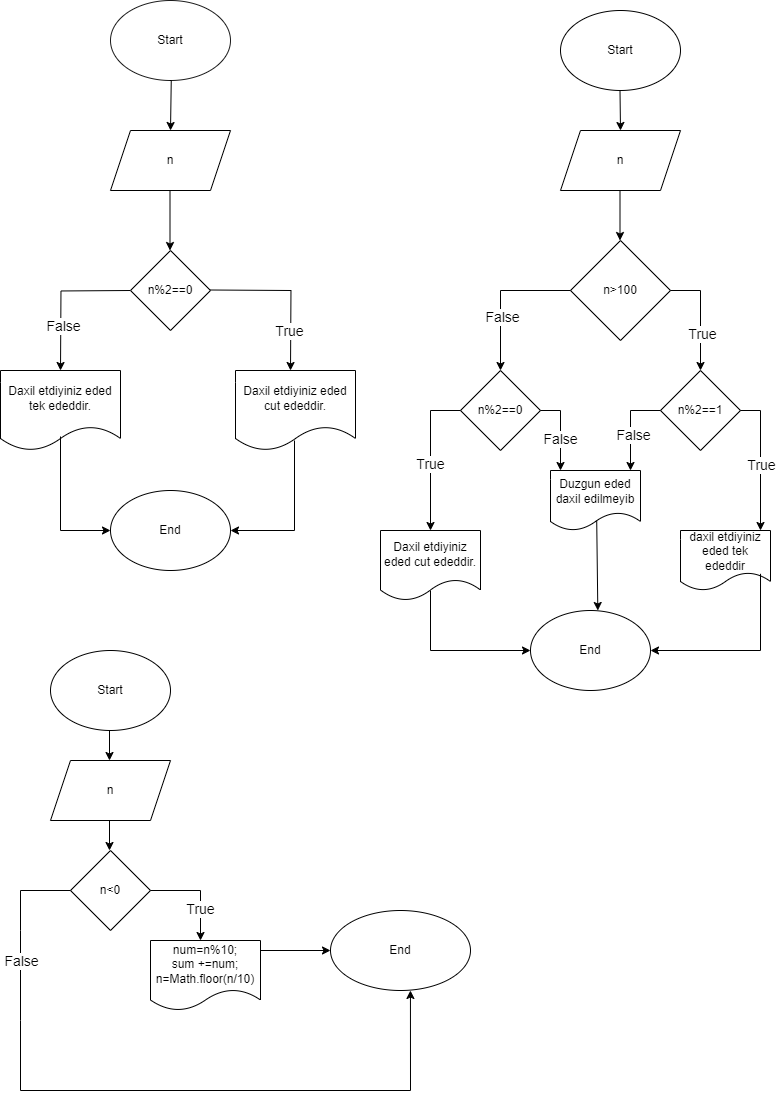
The draw.io diagram Untitled Diagram.drawio.png in s-haydarzada/Task02, before a commit. Source tidied: cells renumbered, new cells last; positions are measured from the earlier drawing's top-left corner, leaving out a move shared by most shapes.
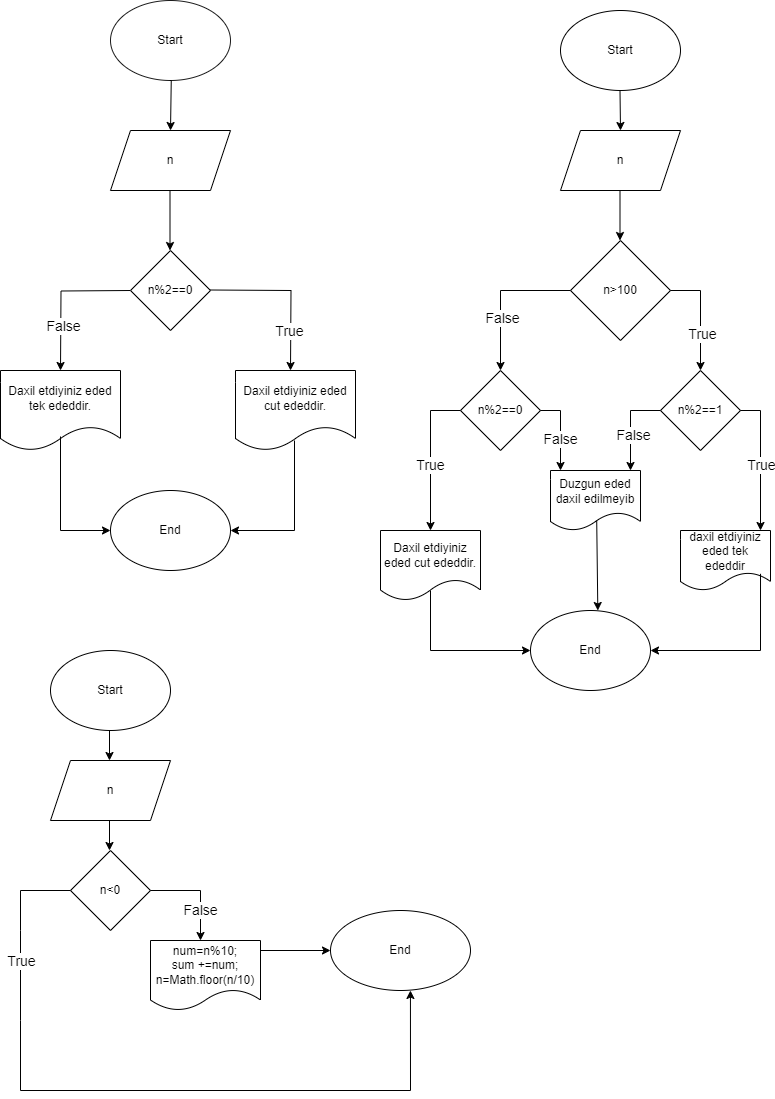
The same diagram one commit later.

Commit message:
all diagrams added

What changed in the source:
```diff
@@ -233,7 +233,7 @@
         </Array>
       </mxGeometry>
     </mxCell>
-    <mxCell id="48" value="&lt;font style=&quot;font-size: 14px;&quot;&gt;True&lt;/font&gt;" style="edgeLabel;html=1;align=center;verticalAlign=middle;" parent="47" vertex="1">
+    <mxCell id="48" value="&lt;span style=&quot;font-size: 14px;&quot;&gt;False&lt;/span&gt;" style="edgeLabel;html=1;align=center;verticalAlign=middle;" parent="47" vertex="1">
       <mxGeometry x="0.37" y="-1" relative="1" as="geometry" />
     </mxCell>
     <mxCell id="49" style="endArrow=classic;html=1;rounded=0;entryX=0.571;entryY=1;entryDx=0;entryDy=0;entryPerimeter=0;" parent="1" edge="1" target="53">
@@ -248,7 +248,7 @@
         </Array>
       </mxGeometry>
     </mxCell>
-    <mxCell id="50" value="&lt;font style=&quot;font-size: 14px;&quot;&gt;Fals&lt;/font&gt;&lt;font style=&quot;font-size: 14px;&quot;&gt;e&lt;/font&gt;" style="edgeLabel;html=1;align=center;verticalAlign=middle;" parent="49" vertex="1">
+    <mxCell id="50" value="&lt;span style=&quot;font-size: 14px;&quot;&gt;True&lt;/span&gt;" style="edgeLabel;html=1;align=center;verticalAlign=middle;" parent="49" vertex="1">
       <mxGeometry x="0.27" y="-1" relative="1" as="geometry">
         <mxPoint x="-221" y="-131" as="offset" />
       </mxGeometry>
```
